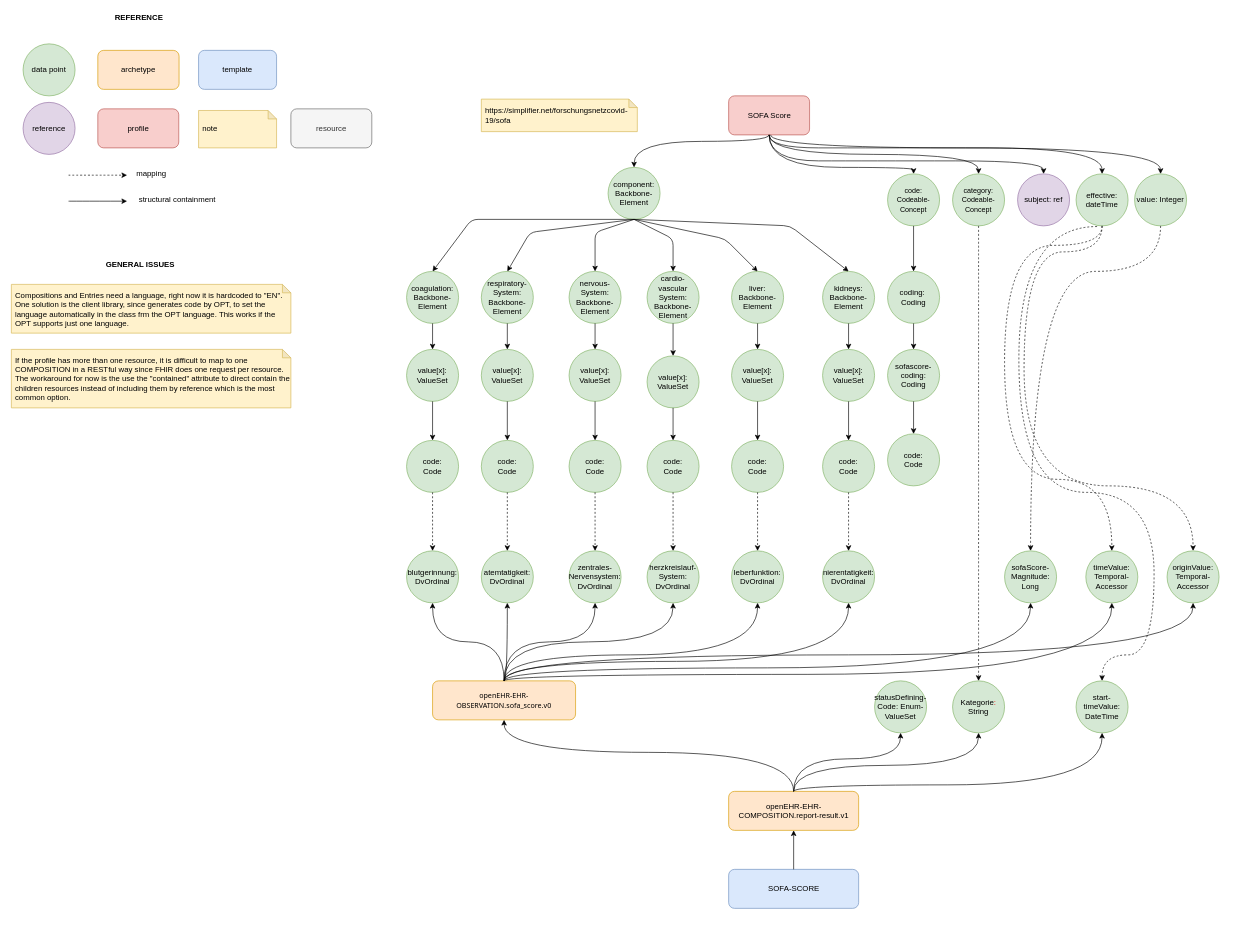
jsachau/fhir-bridge-documentation keeps this draw.io diagram as SOFAScore.drawio. Above is the earlier version. Source tidied: cells renumbered, new cells numbered last; positions are measured from the earlier drawing's top-left corner, leaving out a move shared by most shapes. Both pictures are drawn from the tidied source at 65%, with x=0, y=0 at pixel (11, 11).
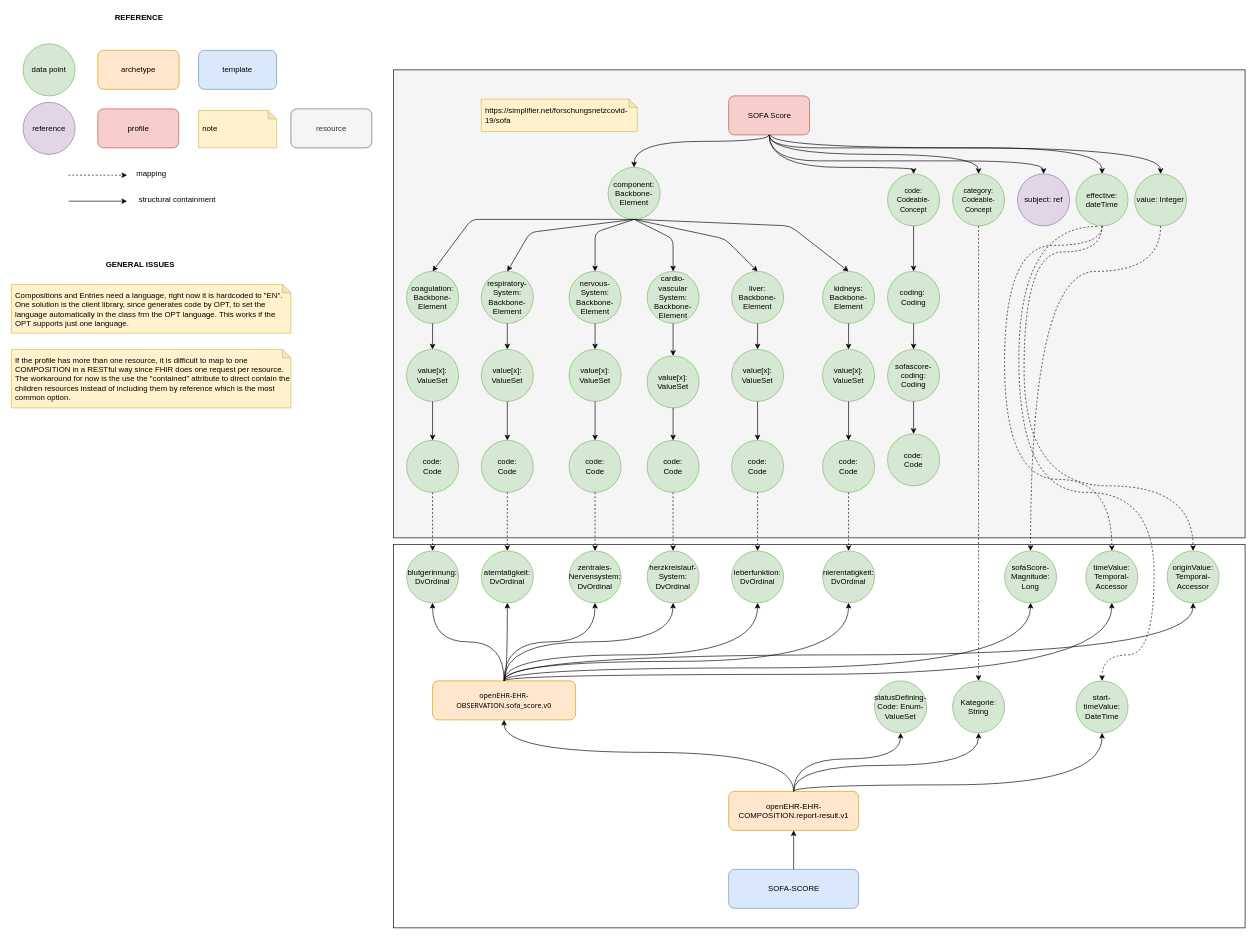
After the change.

The edit, as a diff of the source:
```diff
@@
+    <mxCell id="113" style="rounded=0;whiteSpace=wrap;html=1;labelBackgroundColor=none;gradientColor=none;fillColor=none;" parent="1" vertex="1">
+      <mxGeometry x="588" y="820" width="1310" height="590" as="geometry" />
+    </mxCell>
+    <mxCell id="114" style="rounded=0;whiteSpace=wrap;html=1;fontColor=#333333;labelBackgroundColor=none;fillColor=#f5f5f5;" parent="1" vertex="1">
+      <mxGeometry x="588" y="90" width="1310" height="720" as="geometry" />
+    </mxCell>
```
